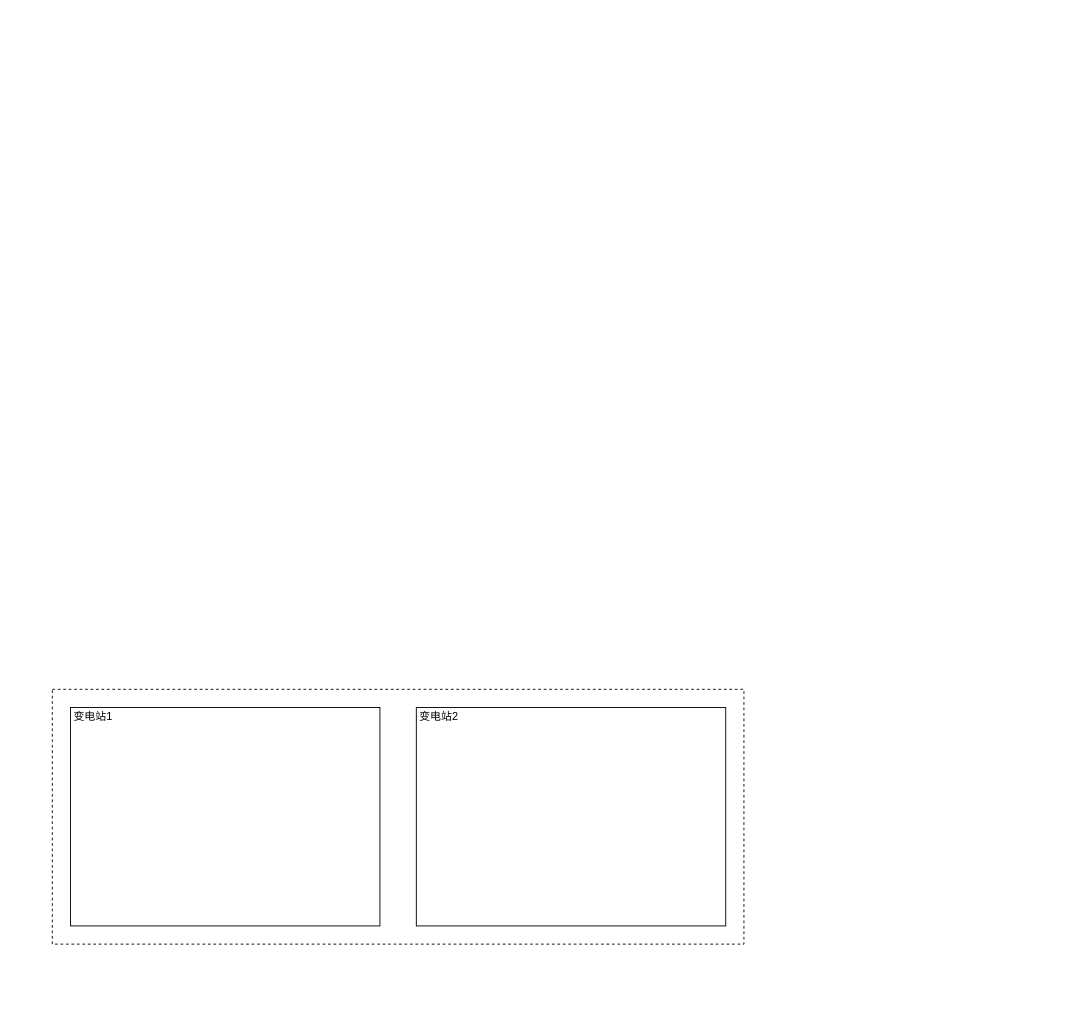
Before: 易达智慧运维平台系统架构图.drawio in wangyufei0807/draw, a draw.io diagram. Source tidied: cells renumbered, new cells numbered last; positions are measured from the earlier drawing's top-left corner, leaving out a move shared by most shapes. Both pictures are drawn from the tidied source at 91%, with x=0, y=0 at pixel (52, 689). Pictures stored in the file or linked from it are replaced by grey dashed boxes.
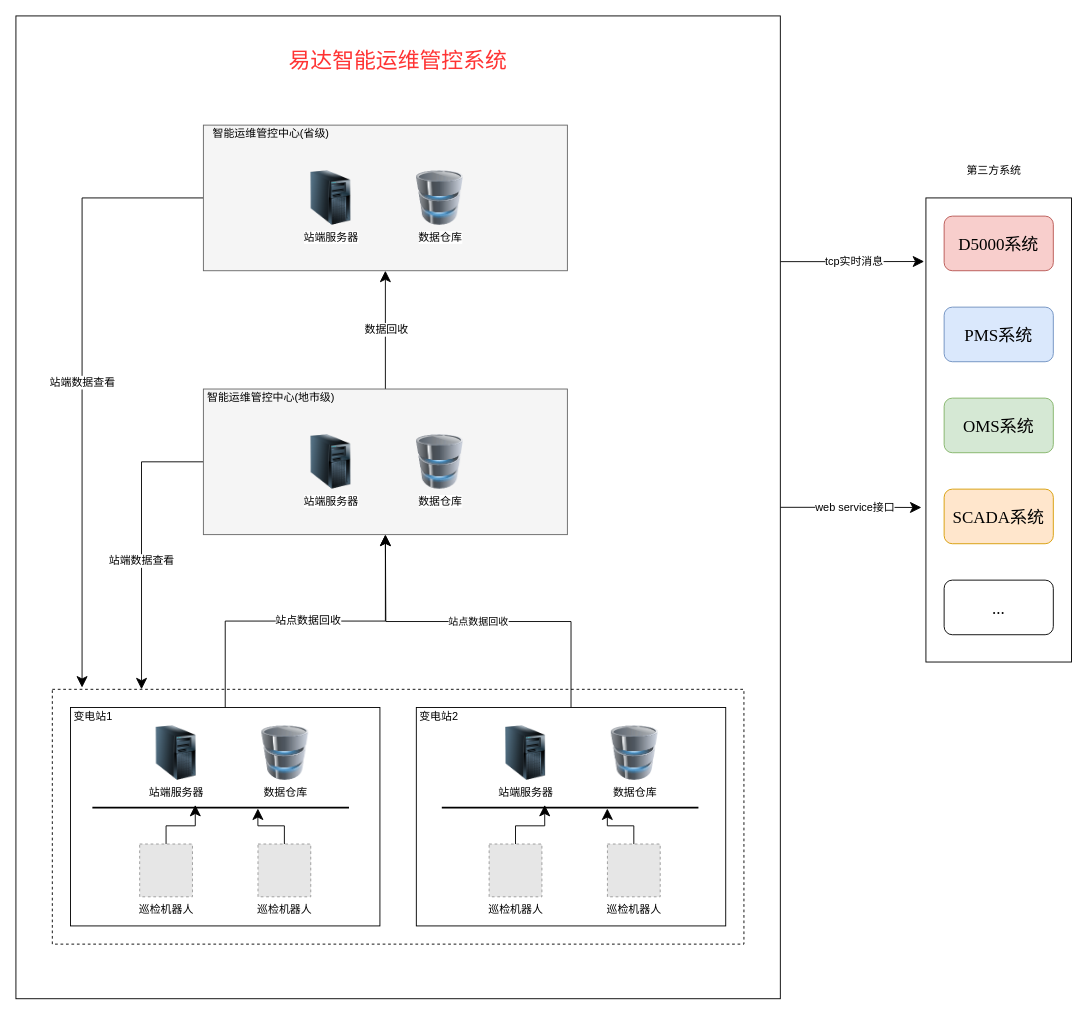
The same page after the edit.

Commit message (it also covers changes not shown here):
Update 易达智慧运维平台系统架构图.drawio

The change refers to these unchanged cells:
```xml
<mxCell id="2" style="rounded=0;whiteSpace=wrap;html=1;dashed=1;" parent="1" vertex="1">
  <mxGeometry width="760" height="280" as="geometry" />
</mxCell>
<mxCell id="3" style="rounded=0;whiteSpace=wrap;html=1;" parent="1" vertex="1">
  <mxGeometry x="20" y="20" width="340" height="240" as="geometry" />
</mxCell>
<mxCell id="4" style="rounded=0;whiteSpace=wrap;html=1;" parent="1" vertex="1">
  <mxGeometry x="400" y="20" width="340" height="240" as="geometry" />
</mxCell>
```

Change to the diagram source:
```diff
@@
+    <mxCell id="7" style="edgeStyle=orthogonalEdgeStyle;rounded=0;jettySize=auto;html=1;exitX=1;exitY=0.5;exitDx=0;exitDy=0;entryX=-0.031;entryY=0.667;entryDx=0;entryDy=0;entryPerimeter=0;endSize=10;targetPerimeterSpacing=0;fontSize=24;fontColor=#FF3333;" parent="1" edge="1" source="11" target="43">
+      <mxGeometry relative="1" as="geometry" />
+    </mxCell>
+    <mxCell id="8" value="web service接口" style="text;html=1;align=center;verticalAlign=middle;labelBackgroundColor=#ffffff;fontSize=12;fontColor=#000000;" parent="7" vertex="1">
+      <mxGeometry x="0.05" y="-1" relative="1" as="geometry">
+        <mxPoint y="-1.2" as="offset" />
+      </mxGeometry>
+    </mxCell>
+    <mxCell id="9" style="edgeStyle=orthogonalEdgeStyle;rounded=0;jettySize=auto;html=1;exitX=1;exitY=0.25;exitDx=0;exitDy=0;entryX=-0.012;entryY=0.137;entryDx=0;entryDy=0;entryPerimeter=0;endSize=10;targetPerimeterSpacing=0;fontSize=12;fontColor=#000000;" parent="1" edge="1" source="11" target="43">
+      <mxGeometry relative="1" as="geometry" />
+    </mxCell>
+    <mxCell id="10" value="tcp实时消息" style="text;html=1;align=center;verticalAlign=middle;labelBackgroundColor=#ffffff;fontSize=12;fontColor=#000000;" parent="9" vertex="1">
+      <mxGeometry x="0.02" relative="1" as="geometry" />
+    </mxCell>
+    <mxCell id="11" style="rounded=0;whiteSpace=wrap;html=1;" parent="1" vertex="1">
+      <mxGeometry x="-40" y="-740" width="840" height="1080" as="geometry" />
+    </mxCell>
@@
+    <mxCell id="12" style="edgeStyle=orthogonalEdgeStyle;rounded=0;jettySize=auto;html=1;exitX=0.5;exitY=0;exitDx=0;exitDy=0;endSize=10;targetPerimeterSpacing=0;" parent="1" edge="1" source="3" target="33">
+      <mxGeometry relative="1" as="geometry" />
+    </mxCell>
+    <mxCell id="13" value="站点数据回收" style="text;html=1;align=center;verticalAlign=middle;labelBackgroundColor=#ffffff;" parent="12" vertex="1">
+      <mxGeometry x="0.01" y="1" relative="1" as="geometry" />
+    </mxCell>
@@
+    <mxCell id="14" value="站点数据回收" style="edgeStyle=orthogonalEdgeStyle;rounded=0;jettySize=auto;html=1;exitX=0.5;exitY=0;exitDx=0;exitDy=0;endSize=10;targetPerimeterSpacing=0;" parent="1" edge="1" source="4">
+      <mxGeometry relative="1" as="geometry">
+        <mxPoint x="366" y="-170" as="targetPoint" />
+      </mxGeometry>
+    </mxCell>
@@
+    <mxCell id="15" style="edgeStyle=orthogonalEdgeStyle;rounded=0;jettySize=auto;html=1;exitX=0.5;exitY=0;exitDx=0;exitDy=0;entryX=0.401;entryY=0.2;entryDx=0;entryDy=0;entryPerimeter=0;endSize=10;targetPerimeterSpacing=0;" parent="1" edge="1" source="16" target="19">
+      <mxGeometry relative="1" as="geometry" />
+    </mxCell>
+    <mxCell id="16" value="巡检机器人" style="fillColor=#E6E6E6;strokeColor=#999999;dashed=1;html=1;verticalAlign=top;verticalLabelPosition=bottom;labelBackgroundColor=#ffffff;" parent="1" vertex="1">
+      <mxGeometry x="96" y="170" width="58" height="58" as="geometry" />
+    </mxCell>
+    <mxCell id="17" style="edgeStyle=orthogonalEdgeStyle;rounded=0;jettySize=auto;html=1;exitX=0.5;exitY=0;exitDx=0;exitDy=0;entryX=0.645;entryY=0.6;entryDx=0;entryDy=0;entryPerimeter=0;endSize=10;targetPerimeterSpacing=0;" parent="1" edge="1" source="18" target="19">
+      <mxGeometry relative="1" as="geometry">
+        <Array as="points">
+          <mxPoint x="255" y="150" />
+          <mxPoint x="226" y="150" />
+        </Array>
+      </mxGeometry>
+    </mxCell>
+    <mxCell id="18" value="巡检机器人" style="fillColor=#E6E6E6;strokeColor=#999999;dashed=1;html=1;verticalAlign=top;verticalLabelPosition=bottom;labelBackgroundColor=#ffffff;" parent="1" vertex="1">
+      <mxGeometry x="226" y="170" width="58" height="58" as="geometry" />
+    </mxCell>
+    <mxCell id="19" style="line;strokeWidth=2;html=1;" parent="1" vertex="1">
+      <mxGeometry x="44" y="125" width="282" height="10" as="geometry" />
+    </mxCell>
+    <mxCell id="20" value="站端服务器" style="image;html=1;labelBackgroundColor=#ffffff;image=img/lib/clip_art/computers/Server_Tower_128x128.png;dashed=1;" parent="1" vertex="1">
+      <mxGeometry x="106" y="40" width="60" height="60" as="geometry" />
+    </mxCell>
+    <mxCell id="21" value="数据仓库" style="image;html=1;labelBackgroundColor=#ffffff;image=img/lib/clip_art/computers/Database_128x128.png;" parent="1" vertex="1">
+      <mxGeometry x="226" y="40" width="60" height="60" as="geometry" />
+    </mxCell>
+    <mxCell id="22" style="edgeStyle=orthogonalEdgeStyle;rounded=0;jettySize=auto;html=1;exitX=0.5;exitY=0;exitDx=0;exitDy=0;entryX=0.401;entryY=0.2;entryDx=0;entryDy=0;entryPerimeter=0;endSize=10;targetPerimeterSpacing=0;" parent="1" edge="1" source="23" target="26">
+      <mxGeometry relative="1" as="geometry" />
+    </mxCell>
+    <mxCell id="23" value="巡检机器人" style="fillColor=#E6E6E6;strokeColor=#999999;dashed=1;html=1;verticalAlign=top;verticalLabelPosition=bottom;labelBackgroundColor=#ffffff;" parent="1" vertex="1">
+      <mxGeometry x="480" y="170" width="58" height="58" as="geometry" />
+    </mxCell>
+    <mxCell id="24" style="edgeStyle=orthogonalEdgeStyle;rounded=0;jettySize=auto;html=1;exitX=0.5;exitY=0;exitDx=0;exitDy=0;entryX=0.645;entryY=0.6;entryDx=0;entryDy=0;entryPerimeter=0;endSize=10;targetPerimeterSpacing=0;" parent="1" edge="1" source="25" target="26">
+      <mxGeometry relative="1" as="geometry">
+        <Array as="points">
+          <mxPoint x="639" y="150" />
+          <mxPoint x="610" y="150" />
+        </Array>
+      </mxGeometry>
+    </mxCell>
+    <mxCell id="25" value="巡检机器人" style="fillColor=#E6E6E6;strokeColor=#999999;dashed=1;html=1;verticalAlign=top;verticalLabelPosition=bottom;labelBackgroundColor=#ffffff;" parent="1" vertex="1">
+      <mxGeometry x="610" y="170" width="58" height="58" as="geometry" />
+    </mxCell>
+    <mxCell id="26" style="line;strokeWidth=2;html=1;" parent="1" vertex="1">
+      <mxGeometry x="428" y="125" width="282" height="10" as="geometry" />
+    </mxCell>
+    <mxCell id="27" value="站端服务器" style="image;html=1;labelBackgroundColor=#ffffff;image=img/lib/clip_art/computers/Server_Tower_128x128.png;dashed=1;" parent="1" vertex="1">
+      <mxGeometry x="490" y="40" width="60" height="60" as="geometry" />
+    </mxCell>
+    <mxCell id="28" value="数据仓库" style="image;html=1;labelBackgroundColor=#ffffff;image=img/lib/clip_art/computers/Database_128x128.png;" parent="1" vertex="1">
+      <mxGeometry x="610" y="40" width="60" height="60" as="geometry" />
+    </mxCell>
+    <mxCell id="29" style="edgeStyle=orthogonalEdgeStyle;rounded=0;jettySize=auto;html=1;exitX=0.5;exitY=0;exitDx=0;exitDy=0;entryX=0.5;entryY=1;entryDx=0;entryDy=0;endSize=10;targetPerimeterSpacing=0;" parent="1" edge="1" source="33" target="38">
+      <mxGeometry relative="1" as="geometry" />
+    </mxCell>
+    <mxCell id="30" value="数据回收" style="text;html=1;align=center;verticalAlign=middle;labelBackgroundColor=#ffffff;" parent="29" vertex="1">
+      <mxGeometry x="0.02" relative="1" as="geometry" />
+    </mxCell>
+    <mxCell id="31" style="edgeStyle=orthogonalEdgeStyle;rounded=0;jettySize=auto;html=1;exitX=0;exitY=0.5;exitDx=0;exitDy=0;entryX=0.129;entryY=0;entryDx=0;entryDy=0;entryPerimeter=0;endSize=10;targetPerimeterSpacing=0;fontSize=12;fontColor=#000000;" parent="1" edge="1" source="33" target="2">
+      <mxGeometry relative="1" as="geometry">
+        <Array as="points">
+          <mxPoint x="98" y="-250" />
+        </Array>
+      </mxGeometry>
+    </mxCell>
+    <mxCell id="32" value="站端数据查看" style="text;html=1;align=center;verticalAlign=middle;labelBackgroundColor=#ffffff;fontSize=12;fontColor=#000000;" parent="31" vertex="1">
+      <mxGeometry x="0.11" y="-1" relative="1" as="geometry" />
+    </mxCell>
+    <mxCell id="33" style="rounded=0;whiteSpace=wrap;html=1;fillColor=#f5f5f5;strokeColor=#666666;fontColor=#333333;" parent="1" vertex="1">
+      <mxGeometry x="166" y="-330" width="400" height="160" as="geometry" />
+    </mxCell>
+    <mxCell id="34" value="智能运维管控中心(地市级)" style="text;html=1;strokeColor=none;fillColor=none;align=center;verticalAlign=middle;whiteSpace=wrap;rounded=0;" parent="1" vertex="1">
+      <mxGeometry x="165" y="-330" width="151" height="20" as="geometry" />
+    </mxCell>
+    <mxCell id="35" value="站端服务器" style="image;html=1;labelBackgroundColor=#ffffff;image=img/lib/clip_art/computers/Server_Tower_128x128.png;dashed=1;" parent="1" vertex="1">
+      <mxGeometry x="276" y="-280" width="60" height="60" as="geometry" />
+    </mxCell>
+    <mxCell id="36" value="数据仓库" style="image;html=1;labelBackgroundColor=#ffffff;image=img/lib/clip_art/computers/Database_128x128.png;" parent="1" vertex="1">
+      <mxGeometry x="396" y="-280" width="60" height="60" as="geometry" />
+    </mxCell>
+    <mxCell id="37" value="站端数据查看" style="edgeStyle=orthogonalEdgeStyle;rounded=0;jettySize=auto;html=1;exitX=0;exitY=0.5;exitDx=0;exitDy=0;entryX=0.043;entryY=-0.007;entryDx=0;entryDy=0;entryPerimeter=0;endSize=10;targetPerimeterSpacing=0;fontSize=12;fontColor=#000000;" parent="1" edge="1" source="38" target="2">
+      <mxGeometry relative="1" as="geometry">
+        <Array as="points">
+          <mxPoint x="33" y="-540" />
+        </Array>
+      </mxGeometry>
+    </mxCell>
+    <mxCell id="38" style="rounded=0;whiteSpace=wrap;html=1;fillColor=#f5f5f5;strokeColor=#666666;fontColor=#333333;" parent="1" vertex="1">
+      <mxGeometry x="166" y="-620" width="400" height="160" as="geometry" />
+    </mxCell>
+    <mxCell id="39" value="智能运维管控中心(省级)" style="text;html=1;strokeColor=none;fillColor=none;align=center;verticalAlign=middle;whiteSpace=wrap;rounded=0;" parent="1" vertex="1">
+      <mxGeometry x="165" y="-620" width="151" height="20" as="geometry" />
+    </mxCell>
+    <mxCell id="40" value="站端服务器" style="image;html=1;labelBackgroundColor=#ffffff;image=img/lib/clip_art/computers/Server_Tower_128x128.png;dashed=1;" parent="1" vertex="1">
+      <mxGeometry x="276" y="-570" width="60" height="60" as="geometry" />
+    </mxCell>
+    <mxCell id="41" value="数据仓库" style="image;html=1;labelBackgroundColor=#ffffff;image=img/lib/clip_art/computers/Database_128x128.png;" parent="1" vertex="1">
+      <mxGeometry x="396" y="-570" width="60" height="60" as="geometry" />
+    </mxCell>
+    <mxCell id="42" value="易达智能运维管控系统" style="text;html=1;strokeColor=none;fillColor=none;align=center;verticalAlign=middle;whiteSpace=wrap;rounded=0;fontSize=24;fontColor=#FF3333;" parent="1" vertex="1">
+      <mxGeometry x="245" y="-710" width="270" height="40" as="geometry" />
+    </mxCell>
+    <mxCell id="43" style="rounded=0;whiteSpace=wrap;html=1;fontSize=24;fontColor=#FF3333;" parent="1" vertex="1">
+      <mxGeometry x="960" y="-540" width="160" height="510" as="geometry" />
+    </mxCell>
+    <mxCell id="44" value="&lt;span lang=&quot;EN-US&quot; style=&quot;color: rgb(0 , 0 , 0) ; white-space: normal ; font-size: 14pt ; font-family: &amp;#34;tim&amp;#34; , serif&quot;&gt;D5000系统&lt;/span&gt;&lt;span style=&quot;color: rgb(0 , 0 , 0) ; font-size: medium ; white-space: normal&quot;&gt;&lt;/span&gt;" style="rounded=1;whiteSpace=wrap;html=1;fontSize=24;fillColor=#f8cecc;strokeColor=#b85450;" parent="1" vertex="1">
+      <mxGeometry x="980" y="-520" width="120" height="60" as="geometry" />
+    </mxCell>
+    <mxCell id="45" value="&lt;span lang=&quot;EN-US&quot; style=&quot;color: rgb(0 , 0 , 0) ; white-space: normal ; font-size: 14pt ; font-family: &amp;#34;tim&amp;#34; , serif&quot;&gt;&lt;span lang=&quot;EN-US&quot; style=&quot;font-size: 14pt&quot;&gt;PMS&lt;/span&gt;&lt;span style=&quot;font-size: medium&quot;&gt;&lt;/span&gt;系统&lt;/span&gt;&lt;span style=&quot;color: rgb(0 , 0 , 0) ; font-size: medium ; white-space: normal&quot;&gt;&lt;/span&gt;" style="rounded=1;whiteSpace=wrap;html=1;fontSize=24;fillColor=#dae8fc;strokeColor=#6c8ebf;" parent="1" vertex="1">
+      <mxGeometry x="980" y="-420" width="120" height="60" as="geometry" />
+    </mxCell>
+    <mxCell id="46" value="&lt;span lang=&quot;EN-US&quot; style=&quot;color: rgb(0 , 0 , 0) ; white-space: normal ; font-size: 14pt ; font-family: &amp;#34;tim&amp;#34; , serif&quot;&gt;&lt;span lang=&quot;EN-US&quot; style=&quot;font-size: 14pt&quot;&gt;OMS&lt;/span&gt;&lt;span style=&quot;font-size: medium&quot;&gt;&lt;/span&gt;系统&lt;/span&gt;&lt;span style=&quot;color: rgb(0 , 0 , 0) ; font-size: medium ; white-space: normal&quot;&gt;&lt;/span&gt;" style="rounded=1;whiteSpace=wrap;html=1;fontSize=24;fillColor=#d5e8d4;strokeColor=#82b366;" parent="1" vertex="1">
+      <mxGeometry x="980" y="-320" width="120" height="60" as="geometry" />
+    </mxCell>
+    <mxCell id="47" value="&lt;span lang=&quot;EN-US&quot; style=&quot;color: rgb(0 , 0 , 0) ; white-space: normal ; font-size: 14pt ; font-family: &amp;#34;tim&amp;#34; , serif&quot;&gt;&lt;span lang=&quot;EN-US&quot; style=&quot;font-size: 14pt&quot;&gt;SCADA&lt;/span&gt;&lt;span style=&quot;font-size: medium&quot;&gt;&lt;/span&gt;系统&lt;/span&gt;&lt;span style=&quot;color: rgb(0 , 0 , 0) ; font-size: medium ; white-space: normal&quot;&gt;&lt;/span&gt;" style="rounded=1;whiteSpace=wrap;html=1;fontSize=24;fillColor=#ffe6cc;strokeColor=#d79b00;" parent="1" vertex="1">
+      <mxGeometry x="980" y="-220" width="120" height="60" as="geometry" />
+    </mxCell>
+    <mxCell id="48" value="&lt;font color=&quot;#000000&quot; face=&quot;tim, serif&quot;&gt;&lt;span style=&quot;font-size: 18.6667px&quot;&gt;...&lt;/span&gt;&lt;/font&gt;" style="rounded=1;whiteSpace=wrap;html=1;fontSize=24;fontColor=#FF3333;" parent="1" vertex="1">
+      <mxGeometry x="980" y="-120" width="120" height="60" as="geometry" />
+    </mxCell>
+    <mxCell id="49" value="第三方系统" style="text;html=1;strokeColor=none;fillColor=none;align=center;verticalAlign=middle;whiteSpace=wrap;rounded=0;fontSize=12;fontColor=#000000;" parent="1" vertex="1">
+      <mxGeometry x="970" y="-580" width="130" height="20" as="geometry" />
+    </mxCell>
```
